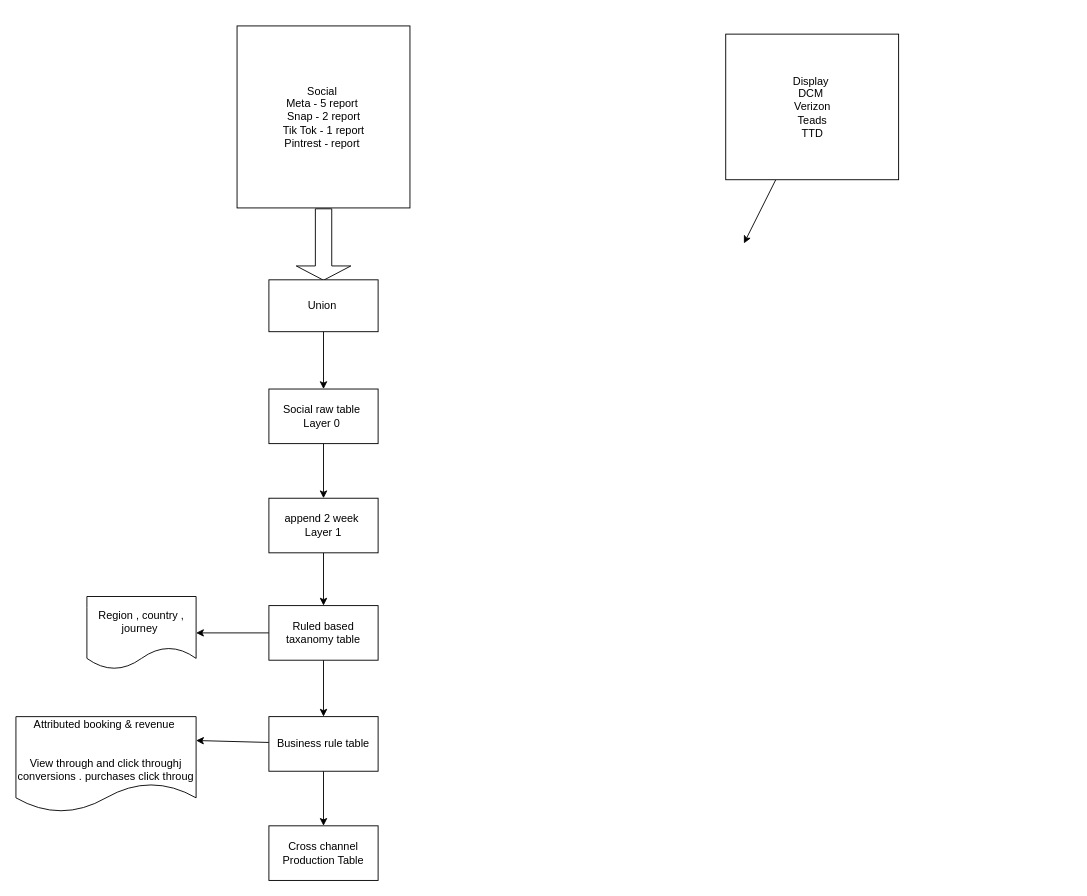
Above: page "Page-3" (3 of 3) of Re-Architecture Marriott.drawio in mundimark/awesome-markdown-editors (draw.io), before the change. Source tidied: cells renumbered, new cells numbered last; positions are measured from the earlier drawing's top-left corner, leaving out a move shared by most shapes. Both pictures are drawn from the tidied source at 91%, with x=0, y=0 at pixel (15, 25).
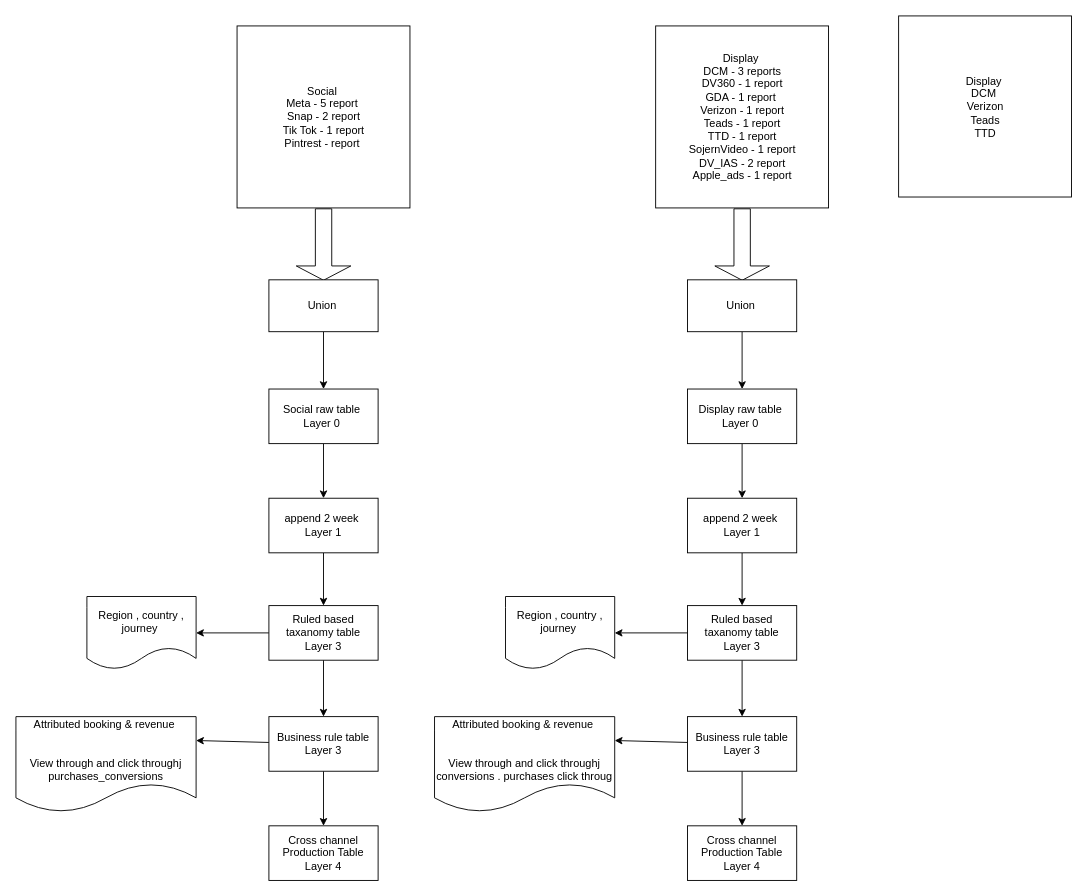
The same diagram, later.

Diff of the diagram source:
```diff
@@
-    <mxCell id="12" value="Ruled based taxanomy table" style="whiteSpace=wrap;html=1;dashed=0;" parent="1" vertex="1">
+    <mxCell id="12" value="Ruled based taxanomy table&lt;br&gt;Layer 3" style="whiteSpace=wrap;html=1;dashed=0;" parent="1" vertex="1">
       <mxGeometry x="278" y="637" width="120" height="60" as="geometry" />
     </mxCell>
@@
-    <mxCell id="15" value="Business rule table" style="whiteSpace=wrap;html=1;dashed=0;" parent="1" vertex="1">
+    <mxCell id="15" value="Business rule table&lt;br&gt;Layer 3" style="whiteSpace=wrap;html=1;dashed=0;" parent="1" vertex="1">
       <mxGeometry x="278" y="759" width="120" height="60" as="geometry" />
     </mxCell>
-    <mxCell id="16" value="Cross channel Production Table" style="whiteSpace=wrap;html=1;dashed=0;" parent="1" vertex="1">
+    <mxCell id="16" value="Cross channel Production Table&lt;br&gt;Layer 4" style="whiteSpace=wrap;html=1;dashed=0;" parent="1" vertex="1">
       <mxGeometry x="278" y="879" width="120" height="60" as="geometry" />
     </mxCell>
@@
-    <mxCell id="18" value="Attributed booking &amp;amp; revenue&amp;nbsp;&lt;br&gt;&lt;br&gt;&lt;br&gt;View through and click throughj conversions . purchases click throug" style="shape=document;whiteSpace=wrap;html=1;boundedLbl=1;dashed=0;" parent="1" vertex="1">
+    <mxCell id="18" value="Attributed booking &amp;amp; revenue&amp;nbsp;&lt;br&gt;&lt;br&gt;&lt;br&gt;View through and click throughj purchases_conversions" style="shape=document;whiteSpace=wrap;html=1;boundedLbl=1;dashed=0;" parent="1" vertex="1">
       <mxGeometry y="759" width="198" height="105" as="geometry" />
     </mxCell>
-    <mxCell id="19" style="edgeStyle=none;html=1;" parent="1" edge="1" source="20">
-      <mxGeometry relative="1" as="geometry">
-        <mxPoint x="800" y="239" as="targetPoint" />
-      </mxGeometry>
-    </mxCell>
     <mxCell id="20" value="Display&amp;nbsp;&lt;br&gt;DCM&amp;nbsp;&lt;br&gt;Verizon&lt;br&gt;Teads&lt;br&gt;TTD&lt;br&gt;" style="html=1;dashed=0;whitespace=wrap;" parent="1" vertex="1">
-      <mxGeometry x="780" y="9" width="190" height="160" as="geometry" />
+      <mxGeometry x="970" y="-11" width="190" height="199" as="geometry" />
     </mxCell>
+    <mxCell id="21" value="Display&amp;nbsp;&lt;br&gt;DCM - 3 reports&lt;br&gt;DV360 - 1 report&lt;br&gt;GDA - 1 report&amp;nbsp;&lt;br&gt;Verizon - 1 report&lt;br&gt;Teads - 1 report&lt;br&gt;TTD - 1 report&lt;br&gt;SojernVideo - 1 report&lt;br&gt;DV_IAS - 2 report&lt;br&gt;Apple_ads - 1 report" style="html=1;dashed=0;whitespace=wrap;" parent="1" vertex="1">
+      <mxGeometry x="703" width="190" height="200" as="geometry" />
+    </mxCell>
+    <mxCell id="22" style="shape=singleArrow;whiteSpace=wrap;html=1;rotation=90;" parent="1" vertex="1">
+      <mxGeometry x="758.8" y="210.2" width="78.5" height="60" as="geometry" />
+    </mxCell>
+    <mxCell id="23" style="edgeStyle=none;html=1;entryX=0.5;entryY=0;entryDx=0;entryDy=0;" parent="1" edge="1" source="24" target="26">
+      <mxGeometry relative="1" as="geometry" />
+    </mxCell>
+    <mxCell id="24" value="Union&amp;nbsp;" style="html=1;dashed=0;whitespace=wrap;" parent="1" vertex="1">
+      <mxGeometry x="738" y="279" width="120" height="57" as="geometry" />
+    </mxCell>
+    <mxCell id="25" style="edgeStyle=none;html=1;" parent="1" edge="1" source="26" target="28">
+      <mxGeometry relative="1" as="geometry" />
+    </mxCell>
+    <mxCell id="26" value="Display raw table&amp;nbsp;&lt;br&gt;Layer 0&amp;nbsp;" style="whiteSpace=wrap;html=1;dashed=0;" parent="1" vertex="1">
+      <mxGeometry x="738" y="399" width="120" height="60" as="geometry" />
+    </mxCell>
+    <mxCell id="27" style="edgeStyle=none;html=1;" parent="1" edge="1" source="28" target="31">
+      <mxGeometry relative="1" as="geometry" />
+    </mxCell>
+    <mxCell id="28" value="append 2 week&amp;nbsp;&lt;br&gt;Layer 1" style="whiteSpace=wrap;html=1;dashed=0;" parent="1" vertex="1">
+      <mxGeometry x="738" y="519" width="120" height="60" as="geometry" />
+    </mxCell>
+    <mxCell id="29" style="edgeStyle=none;html=1;" parent="1" edge="1" source="31" target="34">
+      <mxGeometry relative="1" as="geometry" />
+    </mxCell>
+    <mxCell id="30" style="edgeStyle=none;html=1;" parent="1" edge="1" source="31" target="36">
+      <mxGeometry relative="1" as="geometry" />
+    </mxCell>
+    <mxCell id="31" value="Ruled based taxanomy table&lt;br&gt;Layer 3" style="whiteSpace=wrap;html=1;dashed=0;" parent="1" vertex="1">
+      <mxGeometry x="738" y="637" width="120" height="60" as="geometry" />
+    </mxCell>
+    <mxCell id="32" style="edgeStyle=none;html=1;" parent="1" edge="1" source="34" target="35">
+      <mxGeometry relative="1" as="geometry" />
+    </mxCell>
+    <mxCell id="33" style="edgeStyle=none;html=1;entryX=1;entryY=0.25;entryDx=0;entryDy=0;" parent="1" edge="1" source="34" target="37">
+      <mxGeometry relative="1" as="geometry" />
+    </mxCell>
+    <mxCell id="34" value="Business rule table&lt;br&gt;Layer 3" style="whiteSpace=wrap;html=1;dashed=0;" parent="1" vertex="1">
+      <mxGeometry x="738" y="759" width="120" height="60" as="geometry" />
+    </mxCell>
+    <mxCell id="35" value="Cross channel Production Table&lt;br&gt;Layer 4" style="whiteSpace=wrap;html=1;dashed=0;" parent="1" vertex="1">
+      <mxGeometry x="738" y="879" width="120" height="60" as="geometry" />
+    </mxCell>
+    <mxCell id="36" value="Region , country , journey&amp;nbsp;" style="shape=document;whiteSpace=wrap;html=1;boundedLbl=1;dashed=0;" parent="1" vertex="1">
+      <mxGeometry x="538" y="627" width="120" height="80" as="geometry" />
+    </mxCell>
+    <mxCell id="37" value="Attributed booking &amp;amp; revenue&amp;nbsp;&lt;br&gt;&lt;br&gt;&lt;br&gt;View through and click throughj conversions . purchases click throug" style="shape=document;whiteSpace=wrap;html=1;boundedLbl=1;dashed=0;" parent="1" vertex="1">
+      <mxGeometry x="460" y="759" width="198" height="105" as="geometry" />
+    </mxCell>
```
